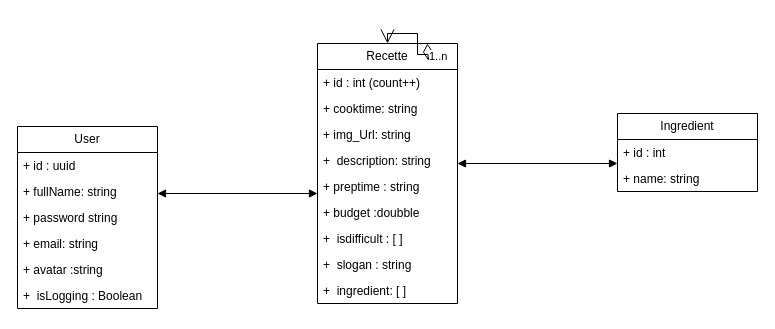
Above: Untitled Diagram.drawio in tammyluu/CookBook (draw.io), before the change. Source tidied: cells renumbered, new cells numbered last; positions are measured from the earlier drawing's top-left corner, leaving out a move shared by most shapes. Both pictures are drawn from the tidied source at 100%, with x=0, y=0 at pixel (17, 43).
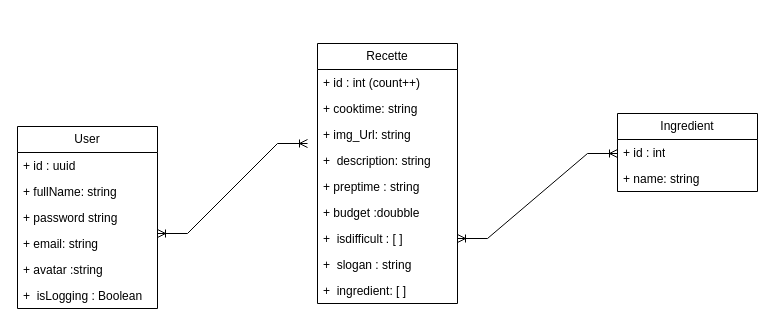
Above is the later version.

The change refers to these unchanged cells:
```xml
<mxCell id="14" value="Recette" style="swimlane;fontStyle=0;horizontal=1;startSize=26;fillColor=none;whiteSpace=wrap;html=1;" parent="1" vertex="1">
  <mxGeometry x="300" width="140" height="260" as="geometry" />
</mxCell>
```

The edit, as a diff of the source:
```diff
@@
-    <mxCell id="12" style="endArrow=open;html=1;endSize=12;startArrow=diamondThin;startSize=14;startFill=0;edgeStyle=orthogonalEdgeStyle;rounded=0;" parent="1" edge="1" target="14">
-      <mxGeometry relative="1" as="geometry">
-        <mxPoint x="410" as="sourcePoint" />
-      </mxGeometry>
-    </mxCell>
-    <mxCell id="13" value="1..n" style="edgeLabel;html=1;align=left;verticalAlign=top;" parent="12" vertex="1">
-      <mxGeometry x="-1" relative="1" as="geometry" />
-    </mxCell>
@@
-    <mxCell id="24" style="endArrow=block;startArrow=block;endFill=1;startFill=1;html=1;rounded=0;" parent="1" edge="1">
-      <mxGeometry relative="1" as="geometry">
-        <mxPoint x="440" y="120" as="sourcePoint" />
-        <mxPoint x="600" y="120" as="targetPoint" />
-      </mxGeometry>
-    </mxCell>
-    <mxCell id="25" style="endArrow=block;startArrow=block;endFill=1;startFill=1;html=1;rounded=0;" parent="1" edge="1">
-      <mxGeometry relative="1" as="geometry">
-        <mxPoint x="140" y="150" as="sourcePoint" />
-        <mxPoint x="300" y="150" as="targetPoint" />
-      </mxGeometry>
-    </mxCell>
+    <mxCell id="26" style="edgeStyle=entityRelationEdgeStyle;fontSize=12;html=1;endArrow=ERoneToMany;startArrow=ERoneToMany;rounded=0;" parent="1" edge="1">
+      <mxGeometry relative="1" as="geometry">
+        <mxPoint x="140" y="190" as="sourcePoint" />
+        <mxPoint x="290" y="100" as="targetPoint" />
+      </mxGeometry>
+    </mxCell>
+    <mxCell id="27" style="edgeStyle=entityRelationEdgeStyle;fontSize=12;html=1;endArrow=ERoneToMany;startArrow=ERoneToMany;rounded=0;exitX=1;exitY=0.75;exitDx=0;exitDy=0;" parent="1" edge="1" source="14">
+      <mxGeometry relative="1" as="geometry">
+        <mxPoint x="600" y="110" as="targetPoint" />
+      </mxGeometry>
+    </mxCell>
```
